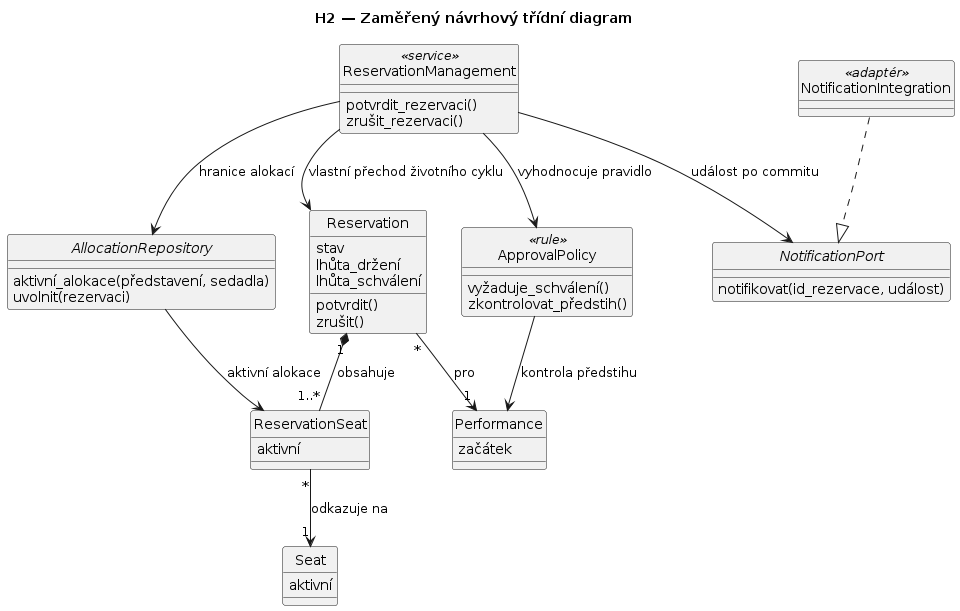
Before: docs/c03-diagrams/focused-design-class.png, a diagram exported from PlantUML (jn-flk/SWI). The source it was exported from:
```plantuml
@startuml
title H2 — Zaměřený návrhový třídní diagram
hide circle
skinparam classAttributeIconSize 0

class Reservation {
  stav
  lhůta_držení
  lhůta_schválení
  potvrdit()
  zrušit()
}
class ReservationSeat {
  aktivní
}
class Performance {
  začátek
}
class Seat {
  aktivní
}
class ApprovalPolicy <<rule>> {
  vyžaduje_schválení()
  zkontrolovat_předstih()
}
class ReservationManagement <<service>> {
  potvrdit_rezervaci()
  zrušit_rezervaci()
}
interface AllocationRepository {
 aktivní_alokace(představení, sedadla)
 uvolnit(rezervaci)
}
interface NotificationPort {
 notifikovat(id_rezervace, událost)
}
class NotificationIntegration <<adaptér>>

Reservation "1" *-- "1..*" ReservationSeat : obsahuje
ReservationSeat "*" --> "1" Seat : odkazuje na
Reservation "*" --> "1" Performance : pro
ReservationManagement --> Reservation : vlastní přechod životního cyklu
ReservationManagement --> AllocationRepository : hranice alokací
ReservationManagement --> ApprovalPolicy : vyhodnocuje pravidlo
ReservationManagement --> NotificationPort : událost po commitu
NotificationIntegration ..|> NotificationPort
ApprovalPolicy --> Performance : kontrola předstihu
AllocationRepository --> ReservationSeat : aktivní alokace
@enduml
```
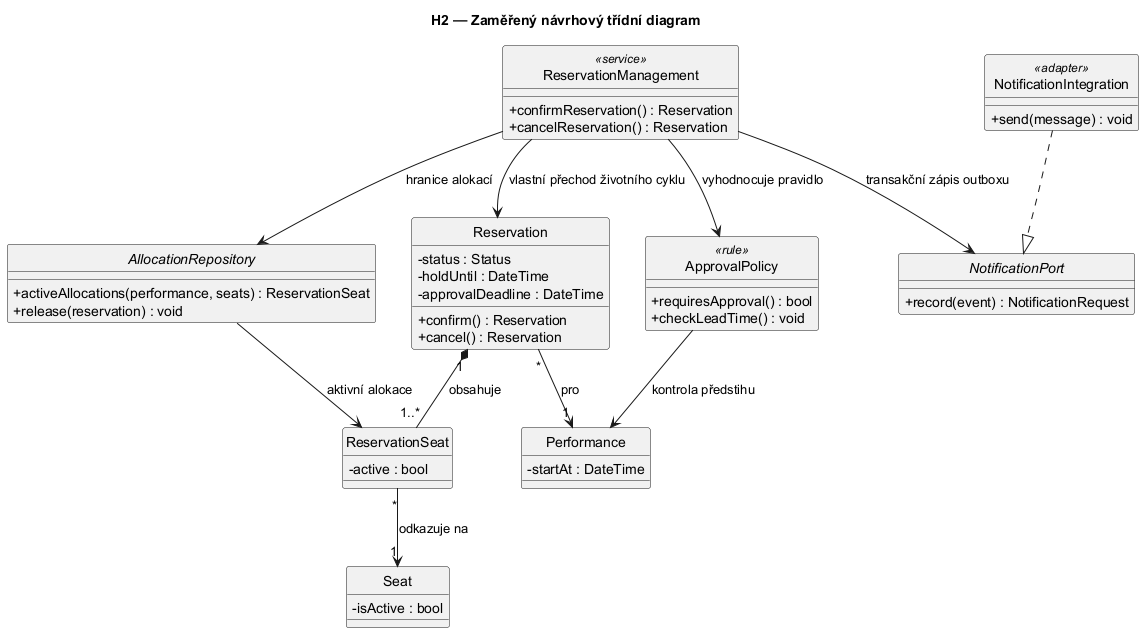
The same diagram one commit later.

Diff of the diagram source:
```diff
@@ -4,37 +4,39 @@
 skinparam classAttributeIconSize 0
 
 class Reservation {
-  stav
-  lhůta_držení
-  lhůta_schválení
-  potvrdit()
-  zrušit()
+  - status : Status
+  - holdUntil : DateTime
+  - approvalDeadline : DateTime
+  + confirm() : Reservation
+  + cancel() : Reservation
 }
 class ReservationSeat {
-  aktivní
+  - active : bool
 }
 class Performance {
-  začátek
+  - startAt : DateTime
 }
 class Seat {
-  aktivní
+  - isActive : bool
 }
 class ApprovalPolicy <<rule>> {
-  vyžaduje_schválení()
-  zkontrolovat_předstih()
+  + requiresApproval() : bool
+  + checkLeadTime() : void
 }
 class ReservationManagement <<service>> {
-  potvrdit_rezervaci()
-  zrušit_rezervaci()
+  + confirmReservation() : Reservation
+  + cancelReservation() : Reservation
 }
 interface AllocationRepository {
- aktivní_alokace(představení, sedadla)
- uvolnit(rezervaci)
+ + activeAllocations(performance, seats) : ReservationSeat
+ + release(reservation) : void
 }
 interface NotificationPort {
- notifikovat(id_rezervace, událost)
+ + record(event) : NotificationRequest
 }
-class NotificationIntegration <<adaptér>>
+class NotificationIntegration <<adapter>> {
+  + send(message) : void
+}
 
 Reservation "1" *-- "1..*" ReservationSeat : obsahuje
 ReservationSeat "*" --> "1" Seat : odkazuje na
@@ -42,7 +44,7 @@
 ReservationManagement --> Reservation : vlastní přechod životního cyklu
 ReservationManagement --> AllocationRepository : hranice alokací
 ReservationManagement --> ApprovalPolicy : vyhodnocuje pravidlo
-ReservationManagement --> NotificationPort : událost po commitu
+ReservationManagement --> NotificationPort : transakční zápis outboxu
 NotificationIntegration ..|> NotificationPort
 ApprovalPolicy --> Performance : kontrola předstihu
 AllocationRepository --> ReservationSeat : aktivní alokace
```
